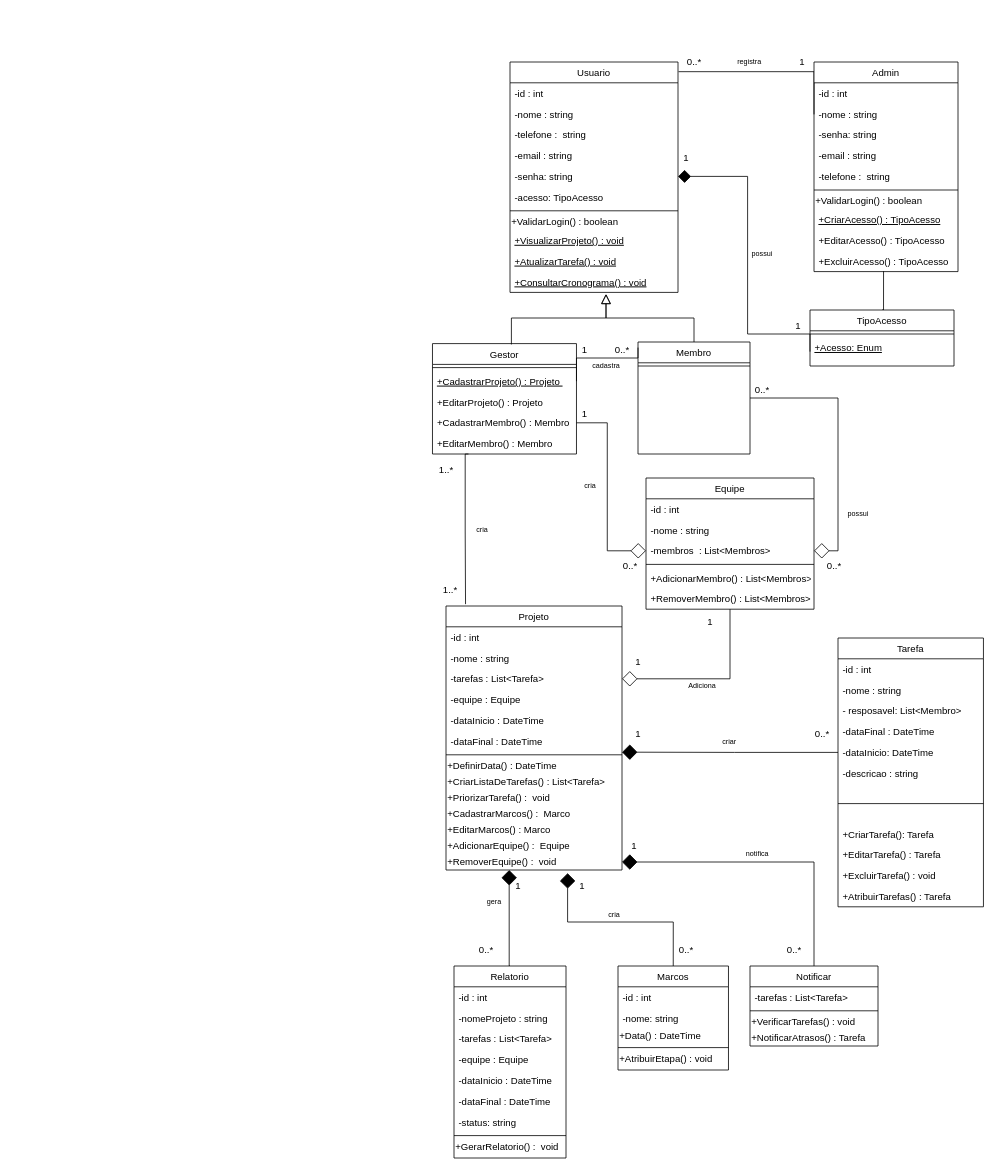
The draw.io diagram Diagrama de classes/Diagrama de classes Tcc.drawio in leoonn/Diagrama-de-classes, before the edit. Source tidied: cells renumbered, new cells numbered last; positions are measured from the earlier drawing's top-left corner, leaving out a move shared by most shapes. Both pictures are drawn from the tidied source at 80%, with x=0, y=0 at pixel (432, 54).
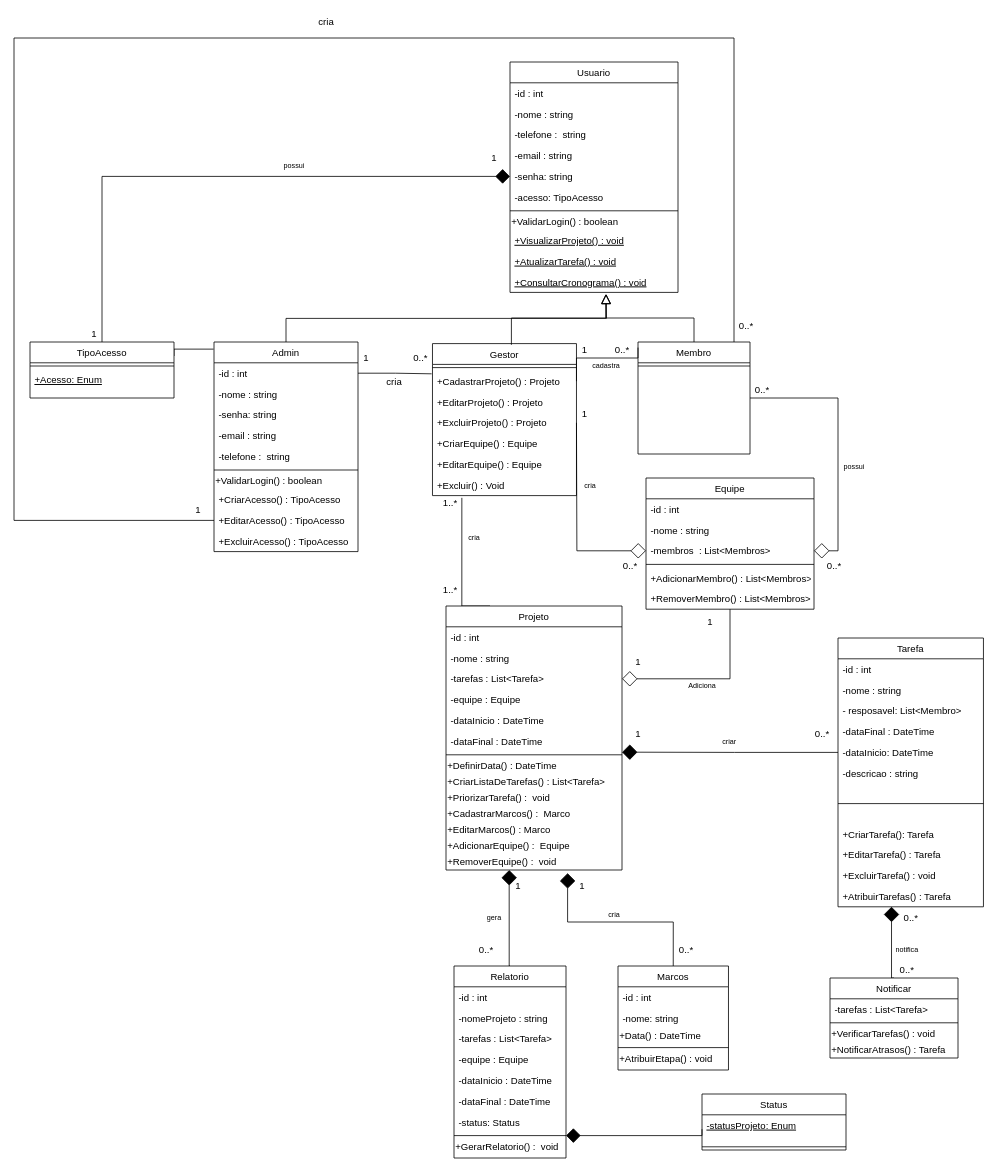
The same page after the edit.

Commit message (it also covers changes not shown here):
atualização do diagrama mde classe e o de caso de uso

Unchanged cells that the change refers to:
```xml
<mxCell id="2" value="Usuario" style="swimlane;fontStyle=0;align=center;verticalAlign=top;horizontal=1;startSize=26;rounded=0;shadow=0;strokeWidth=1;" parent="1" vertex="1">
  <mxGeometry x="97" y="10" width="210" height="288" as="geometry" />
</mxCell>
<mxCell id="7" value="-senha: string" style="text;align=left;verticalAlign=top;spacingLeft=4;spacingRight=4;overflow=hidden;points=[[0,0.5],[1,0.5]];portConstraint=eastwest;rounded=0;shadow=0;html=0;fontStyle=0;" parent="2" vertex="1">
  <mxGeometry y="130" width="210" height="26" as="geometry" />
</mxCell>
<mxCell id="26" value="Projeto" style="swimlane;fontStyle=0;align=center;verticalAlign=top;horizontal=1;startSize=26;rounded=0;shadow=0;strokeWidth=1;" parent="1" vertex="1">
  <mxGeometry x="17" y="690" width="220" height="330" as="geometry" />
</mxCell>
<mxCell id="41" value="+RemoverEquipe() :&amp;nbsp; void" style="text;html=1;align=left;verticalAlign=middle;points=[];strokeColor=none;fillColor=none;" parent="26" vertex="1">
  <mxGeometry y="310" width="220" height="20" as="geometry" />
</mxCell>
<mxCell id="53" value="+AtribuirTarefas() : Tarefa&#10;" style="text;align=left;verticalAlign=top;spacingLeft=4;spacingRight=4;overflow=hidden;points=[[0,0.5],[1,0.5]];portConstraint=eastwest;" parent="42" vertex="1">
  <mxGeometry y="310" width="181.8" height="26" as="geometry" />
</mxCell>
<mxCell id="58" value="-membros  : List&lt;Membros&gt;" style="text;align=left;verticalAlign=top;spacingLeft=4;spacingRight=4;overflow=hidden;points=[[0,0.5],[1,0.5]];portConstraint=eastwest;rounded=0;shadow=0;html=0;" parent="55" vertex="1">
  <mxGeometry y="78" width="210" height="26" as="geometry" />
</mxCell>
<mxCell id="63" value="Relatorio" style="swimlane;fontStyle=0;align=center;verticalAlign=top;horizontal=1;startSize=26;rounded=0;shadow=0;strokeWidth=1;" parent="1" vertex="1">
  <mxGeometry x="27" y="1140" width="140" height="240" as="geometry" />
</mxCell>
<mxCell id="97" value="-id : int" style="text;align=left;verticalAlign=top;spacingLeft=4;spacingRight=4;overflow=hidden;points=[[0,0.5],[1,0.5]];portConstraint=eastwest;rounded=0;shadow=0;html=0;" parent="96" vertex="1">
  <mxGeometry y="26" width="180" height="26" as="geometry" />
</mxCell>
<mxCell id="105" value="+EditarAcesso() : TipoAcesso" style="text;align=left;verticalAlign=top;spacingLeft=4;spacingRight=4;overflow=hidden;points=[[0,0.5],[1,0.5]];portConstraint=eastwest;" parent="96" vertex="1">
  <mxGeometry y="210" width="180" height="26" as="geometry" />
</mxCell>
<mxCell id="106" value="+ExcluirAcesso() : TipoAcesso" style="text;align=left;verticalAlign=top;spacingLeft=4;spacingRight=4;overflow=hidden;points=[[0,0.5],[1,0.5]];portConstraint=eastwest;" parent="96" vertex="1">
  <mxGeometry y="236" width="180" height="26" as="geometry" />
</mxCell>
<mxCell id="110" value="+Acesso: Enum" style="text;align=left;verticalAlign=top;spacingLeft=4;spacingRight=4;overflow=hidden;points=[[0,0.5],[1,0.5]];portConstraint=eastwest;fontStyle=4;" parent="108" vertex="1">
  <mxGeometry y="34" width="180" height="36" as="geometry" />
</mxCell>
```

Change to the diagram source:
```diff
@@
-    <mxCell id="14" style="edgeStyle=orthogonalEdgeStyle;rounded=0;jettySize=auto;html=1;exitX=0.25;exitY=1;exitDx=0;exitDy=0;entryX=0.111;entryY=-0.007;entryDx=0;entryDy=0;entryPerimeter=0;endArrow=none;endFill=0;endSize=17;" parent="1" edge="1" source="15" target="26">
-      <mxGeometry relative="1" as="geometry">
-        <Array as="points">
-          <mxPoint x="41" y="500" />
-          <mxPoint x="41" y="595" />
-        </Array>
-      </mxGeometry>
-    </mxCell>
     <mxCell id="15" value="Gestor" style="swimlane;fontStyle=0;align=center;verticalAlign=top;horizontal=1;startSize=26;rounded=0;shadow=0;strokeWidth=1;" parent="1" vertex="1">
-      <mxGeometry x="0.1" y="362" width="180" height="138" as="geometry" />
+      <mxGeometry x="0.1" y="362" width="180" height="190" as="geometry" />
     </mxCell>
@@
-    <mxCell id="17" value="+CadastrarProjeto() : Projeto " style="text;align=left;verticalAlign=top;spacingLeft=4;spacingRight=4;overflow=hidden;points=[[0,0.5],[1,0.5]];portConstraint=eastwest;fontStyle=4;" parent="15" vertex="1">
+    <mxCell id="17" value="+CadastrarProjeto() : Projeto " style="text;align=left;verticalAlign=top;spacingLeft=4;spacingRight=4;overflow=hidden;points=[[0,0.5],[1,0.5]];portConstraint=eastwest;fontStyle=0;" parent="15" vertex="1">
       <mxGeometry y="34" width="180" height="26" as="geometry" />
     </mxCell>
@@
-    <mxCell id="19" value="+CadastrarMembro() : Membro" style="text;align=left;verticalAlign=top;spacingLeft=4;spacingRight=4;overflow=hidden;points=[[0,0.5],[1,0.5]];portConstraint=eastwest;" parent="15" vertex="1">
-      <mxGeometry y="86" width="180" height="26" as="geometry" />
-    </mxCell>
-    <mxCell id="20" value="+EditarMembro() : Membro&#10;" style="text;align=left;verticalAlign=top;spacingLeft=4;spacingRight=4;overflow=hidden;" parent="15" vertex="1">
-      <mxGeometry y="112" width="180" height="26" as="geometry" />
-    </mxCell>
+    <mxCell id="142" value="+ExcluirProjeto() : Projeto &#10;" style="text;align=left;verticalAlign=top;spacingLeft=4;spacingRight=4;overflow=hidden;" parent="15" vertex="1">
+      <mxGeometry y="86" width="180" height="26" as="geometry" />
+    </mxCell>
+    <mxCell id="143" value="+CriarEquipe() : Equipe&#10;" style="text;align=left;verticalAlign=top;spacingLeft=4;spacingRight=4;overflow=hidden;" parent="15" vertex="1">
+      <mxGeometry y="112" width="180" height="26" as="geometry" />
+    </mxCell>
+    <mxCell id="144" value="+EditarEquipe() : Equipe&#10;" style="text;align=left;verticalAlign=top;spacingLeft=4;spacingRight=4;overflow=hidden;" parent="15" vertex="1">
+      <mxGeometry y="138" width="180" height="26" as="geometry" />
+    </mxCell>
+    <mxCell id="145" value="+Excluir() : Void&#10;" style="text;align=left;verticalAlign=top;spacingLeft=4;spacingRight=4;overflow=hidden;points=[[0,0.5],[1,0.5]];portConstraint=eastwest;" parent="15" vertex="1">
+      <mxGeometry y="164" width="180" height="26" as="geometry" />
+    </mxCell>
@@
+    <mxCell id="146" style="edgeStyle=orthogonalEdgeStyle;rounded=0;jettySize=auto;html=1;exitX=0.25;exitY=0;exitDx=0;exitDy=0;endArrow=none;endFill=0;endSize=16;entryX=0.204;entryY=1.106;entryDx=0;entryDy=0;entryPerimeter=0;" parent="1" edge="1" source="26" target="145">
+      <mxGeometry relative="1" as="geometry">
+        <Array as="points">
+          <mxPoint x="37" y="690" />
+        </Array>
+      </mxGeometry>
+    </mxCell>
@@
-    <mxCell id="70" value="-status: string" style="text;align=left;verticalAlign=top;spacingLeft=4;spacingRight=4;overflow=hidden;rounded=0;shadow=0;html=0;" parent="63" vertex="1">
+    <mxCell id="70" value="-status: Status" style="text;align=left;verticalAlign=top;spacingLeft=4;spacingRight=4;overflow=hidden;rounded=0;shadow=0;html=0;" parent="63" vertex="1">
       <mxGeometry y="182" width="140" height="26" as="geometry" />
     </mxCell>
@@
-    <mxCell id="93" style="edgeStyle=orthogonalEdgeStyle;rounded=0;jettySize=auto;html=1;exitX=1;exitY=0.5;exitDx=0;exitDy=0;entryX=0;entryY=0.5;entryDx=0;entryDy=0;endArrow=diamond;endFill=0;endSize=17;" parent="1" edge="1" source="19" target="58">
-      <mxGeometry relative="1" as="geometry" />
+    <mxCell id="93" style="edgeStyle=orthogonalEdgeStyle;rounded=0;jettySize=auto;html=1;exitX=1;exitY=0.5;exitDx=0;exitDy=0;entryX=0;entryY=0.5;entryDx=0;entryDy=0;endArrow=diamond;endFill=0;endSize=17;" parent="1" edge="1" target="58">
+      <mxGeometry relative="1" as="geometry">
+        <mxPoint x="180.1" y="461" as="sourcePoint" />
+      </mxGeometry>
     </mxCell>
@@
-    <mxCell id="95" style="edgeStyle=orthogonalEdgeStyle;rounded=0;jettySize=auto;html=1;exitX=0;exitY=0.25;exitDx=0;exitDy=0;entryX=1.003;entryY=0.042;entryDx=0;entryDy=0;entryPerimeter=0;endArrow=none;endFill=0;endSize=10;" parent="1" edge="1" source="96" target="2">
-      <mxGeometry relative="1" as="geometry">
-        <Array as="points">
-          <mxPoint x="477" y="22" />
-        </Array>
-      </mxGeometry>
-    </mxCell>
+    <mxCell id="147" style="edgeStyle=orthogonalEdgeStyle;rounded=0;jettySize=auto;html=1;exitX=0.5;exitY=0;exitDx=0;exitDy=0;endArrow=block;endFill=0;endSize=10;" parent="1" edge="1" source="96">
+      <mxGeometry relative="1" as="geometry">
+        <mxPoint x="217" y="300" as="targetPoint" />
+      </mxGeometry>
+    </mxCell>
     <mxCell id="96" value="Admin" style="swimlane;fontStyle=0;align=center;verticalAlign=top;horizontal=1;startSize=26;rounded=0;shadow=0;strokeWidth=1;" parent="1" vertex="1">
-      <mxGeometry x="477" y="10" width="180" height="262" as="geometry" />
+      <mxGeometry x="-273" y="360" width="180" height="262" as="geometry" />
     </mxCell>
@@
-    <mxCell id="104" value="+CriarAcesso() : TipoAcesso" style="text;align=left;verticalAlign=top;spacingLeft=4;spacingRight=4;overflow=hidden;fontStyle=4;" parent="96" vertex="1">
+    <mxCell id="104" value="+CriarAcesso() : TipoAcesso" style="text;align=left;verticalAlign=top;spacingLeft=4;spacingRight=4;overflow=hidden;fontStyle=0;" parent="96" vertex="1">
       <mxGeometry y="184" width="180" height="26" as="geometry" />
     </mxCell>
@@
-    <mxCell id="107" style="edgeStyle=orthogonalEdgeStyle;rounded=0;jettySize=auto;html=1;exitX=0.5;exitY=0;exitDx=0;exitDy=0;entryX=0.483;entryY=0.979;entryDx=0;entryDy=0;entryPerimeter=0;endArrow=none;endFill=0;endSize=14;" parent="1" edge="1" source="108" target="106">
-      <mxGeometry relative="1" as="geometry">
-        <Array as="points">
-          <mxPoint x="564" y="320" />
-        </Array>
-      </mxGeometry>
-    </mxCell>
+    <mxCell id="148" style="edgeStyle=orthogonalEdgeStyle;rounded=0;jettySize=auto;html=1;exitX=0.5;exitY=0;exitDx=0;exitDy=0;entryX=0;entryY=0.5;entryDx=0;entryDy=0;endArrow=diamond;endFill=1;endSize=16;" parent="1" edge="1" source="108" target="7">
+      <mxGeometry relative="1" as="geometry" />
+    </mxCell>
+    <mxCell id="149" style="edgeStyle=orthogonalEdgeStyle;rounded=0;jettySize=auto;html=1;exitX=1;exitY=0.25;exitDx=0;exitDy=0;entryX=-0.003;entryY=0.034;entryDx=0;entryDy=0;entryPerimeter=0;endArrow=none;endFill=0;endSize=16;" parent="1" edge="1" source="108" target="96">
+      <mxGeometry relative="1" as="geometry">
+        <Array as="points">
+          <mxPoint x="-323" y="369" />
+        </Array>
+      </mxGeometry>
+    </mxCell>
     <mxCell id="108" value="TipoAcesso" style="swimlane;fontStyle=0;align=center;verticalAlign=top;horizontal=1;startSize=26;rounded=0;shadow=0;strokeWidth=1;" parent="1" vertex="1">
-      <mxGeometry x="472" y="320" width="180" height="70" as="geometry" />
+      <mxGeometry x="-503" y="360" width="180" height="70" as="geometry" />
     </mxCell>
@@
     <mxCell id="113" value="1..*" style="text;html=1;align=center;verticalAlign=middle;strokeColor=none;fillColor=none;" parent="1" vertex="1">
-      <mxGeometry x="2" y="510" width="30" height="20" as="geometry" />
+      <mxGeometry x="7" y="552" width="30" height="20" as="geometry" />
     </mxCell>
-    <mxCell id="114" value="1" style="text;html=1;align=center;verticalAlign=middle;strokeColor=none;fillColor=none;" parent="1" vertex="1">
-      <mxGeometry x="452" width="20" height="20" as="geometry" />
-    </mxCell>
-    <mxCell id="115" value="0..*" style="text;html=1;align=center;verticalAlign=middle;strokeColor=none;fillColor=none;" parent="1" vertex="1">
-      <mxGeometry x="312" width="30" height="20" as="geometry" />
-    </mxCell>
@@
-    <mxCell id="119" style="edgeStyle=orthogonalEdgeStyle;rounded=0;jettySize=auto;html=1;exitX=0;exitY=0.5;exitDx=0;exitDy=0;entryX=1;entryY=0.5;entryDx=0;entryDy=0;endArrow=diamond;endFill=1;endSize=14;" parent="1" edge="1" source="110" target="7">
-      <mxGeometry relative="1" as="geometry">
-        <Array as="points">
-          <mxPoint x="472" y="350" />
-          <mxPoint x="394" y="350" />
-          <mxPoint x="394" y="153" />
-        </Array>
-      </mxGeometry>
-    </mxCell>
     <mxCell id="120" value="1" style="text;html=1;align=center;verticalAlign=middle;strokeColor=none;fillColor=none;" parent="1" vertex="1">
-      <mxGeometry x="307" y="120" width="20" height="20" as="geometry" />
+      <mxGeometry x="67" y="120" width="20" height="20" as="geometry" />
     </mxCell>
     <mxCell id="121" value="1" style="text;html=1;align=center;verticalAlign=middle;strokeColor=none;fillColor=none;" parent="1" vertex="1">
-      <mxGeometry x="447" y="330" width="20" height="20" as="geometry" />
+      <mxGeometry x="-433" y="340" width="20" height="20" as="geometry" />
     </mxCell>
     <mxCell id="122" value="possui" style="text;html=1;align=center;verticalAlign=middle;strokeColor=none;fillColor=none;fontSize=9;" parent="1" vertex="1">
-      <mxGeometry x="392" y="240" width="40" height="20" as="geometry" />
+      <mxGeometry x="-193" y="130" width="40" height="20" as="geometry" />
     </mxCell>
     <mxCell id="123" value="possui" style="text;html=1;align=center;verticalAlign=middle;strokeColor=none;fillColor=none;fontSize=9;" parent="1" vertex="1">
-      <mxGeometry x="512" y="564.5" width="40" height="20" as="geometry" />
+      <mxGeometry x="507" y="506" width="40" height="20" as="geometry" />
     </mxCell>
     <mxCell id="124" value="cria" style="text;html=1;align=center;verticalAlign=middle;strokeColor=none;fillColor=none;fontSize=9;" parent="1" vertex="1">
-      <mxGeometry x="47" y="584.5" width="30" height="20" as="geometry" />
+      <mxGeometry x="37" y="595" width="30" height="20" as="geometry" />
     </mxCell>
@@
     <mxCell id="127" value="gera&lt;br&gt;" style="text;html=1;align=center;verticalAlign=middle;strokeColor=none;fillColor=none;fontSize=9;" parent="1" vertex="1">
-      <mxGeometry x="62" y="1050" width="30" height="20" as="geometry" />
+      <mxGeometry x="62" y="1070" width="30" height="20" as="geometry" />
     </mxCell>
@@
-    <mxCell id="131" value="registra" style="text;html=1;align=center;verticalAlign=middle;strokeColor=none;fillColor=none;fontSize=9;" parent="1" vertex="1">
-      <mxGeometry x="370.5" width="50" height="20" as="geometry" />
-    </mxCell>
-    <mxCell id="132" style="edgeStyle=orthogonalEdgeStyle;rounded=0;jettySize=auto;html=1;exitX=0.5;exitY=0;exitDx=0;exitDy=0;entryX=1;entryY=0.5;entryDx=0;entryDy=0;entryPerimeter=0;endArrow=diamond;endFill=1;endSize=17;" parent="1" edge="1" source="133" target="41">
-      <mxGeometry relative="1" as="geometry" />
+    <mxCell id="132" style="edgeStyle=orthogonalEdgeStyle;rounded=0;jettySize=auto;html=1;exitX=0.5;exitY=0;exitDx=0;exitDy=0;entryX=0.368;entryY=0.996;entryDx=0;entryDy=0;entryPerimeter=0;endArrow=diamond;endFill=1;endSize=17;" parent="1" edge="1" source="133" target="53">
+      <mxGeometry relative="1" as="geometry">
+        <Array as="points">
+          <mxPoint x="574" y="1155" />
+        </Array>
+      </mxGeometry>
     </mxCell>
     <mxCell id="133" value="Notificar" style="swimlane;fontStyle=0;align=center;verticalAlign=top;horizontal=1;startSize=26;rounded=0;shadow=0;strokeWidth=1;" parent="1" vertex="1">
-      <mxGeometry x="397" y="1140" width="160" height="100" as="geometry" />
+      <mxGeometry x="497" y="1155" width="160" height="100" as="geometry" />
     </mxCell>
@@
     <mxCell id="139" value="notifica" style="text;html=1;align=center;verticalAlign=middle;strokeColor=none;fillColor=none;fontSize=9;" parent="1" vertex="1">
-      <mxGeometry x="385.5" y="990" width="40" height="20" as="geometry" />
+      <mxGeometry x="572.9" y="1110" width="40" height="20" as="geometry" />
     </mxCell>
     <mxCell id="140" value="0..*" style="text;html=1;align=center;verticalAlign=middle;strokeColor=none;fillColor=none;" parent="1" vertex="1">
-      <mxGeometry x="437" y="1110" width="30" height="20" as="geometry" />
+      <mxGeometry x="577.9" y="1135" width="30" height="20" as="geometry" />
     </mxCell>
-    <mxCell id="141" value="1" style="text;html=1;align=center;verticalAlign=middle;strokeColor=none;fillColor=none;" parent="1" vertex="1">
-      <mxGeometry x="242" y="980" width="20" height="20" as="geometry" />
+    <mxCell id="141" value="0..*" style="text;html=1;align=center;verticalAlign=middle;strokeColor=none;fillColor=none;" parent="1" vertex="1">
+      <mxGeometry x="582.9" y="1070" width="30" height="20" as="geometry" />
     </mxCell>
+    <mxCell id="150" value="1" style="text;html=1;align=center;verticalAlign=middle;strokeColor=none;fillColor=none;" parent="1" vertex="1">
+      <mxGeometry x="-93" y="370" width="20" height="20" as="geometry" />
+    </mxCell>
+    <mxCell id="151" value="0..*" style="text;html=1;align=center;verticalAlign=middle;strokeColor=none;fillColor=none;" parent="1" vertex="1">
+      <mxGeometry x="-29.9" y="370" width="30" height="20" as="geometry" />
+    </mxCell>
+    <mxCell id="152" style="edgeStyle=orthogonalEdgeStyle;rounded=0;jettySize=auto;html=1;exitX=0;exitY=0.5;exitDx=0;exitDy=0;endArrow=none;endFill=0;endSize=16;" parent="1" edge="1" source="105">
+      <mxGeometry relative="1" as="geometry">
+        <mxPoint x="377" y="360" as="targetPoint" />
+        <Array as="points">
+          <mxPoint x="-523" y="583" />
+          <mxPoint x="-523" y="-20" />
+          <mxPoint x="377" y="-20" />
+        </Array>
+      </mxGeometry>
+    </mxCell>
+    <mxCell id="153" style="edgeStyle=orthogonalEdgeStyle;rounded=0;jettySize=auto;html=1;exitX=1;exitY=0.5;exitDx=0;exitDy=0;entryX=-0.006;entryY=0.145;entryDx=0;entryDy=0;entryPerimeter=0;endArrow=none;endFill=0;endSize=16;" parent="1" edge="1" source="97" target="17">
+      <mxGeometry relative="1" as="geometry" />
+    </mxCell>
+    <mxCell id="154" value="cria&lt;br&gt;" style="text;html=1;align=center;verticalAlign=middle;strokeColor=none;fillColor=none;" parent="1" vertex="1">
+      <mxGeometry x="-63" y="400" width="30" height="20" as="geometry" />
+    </mxCell>
+    <mxCell id="155" value="1" style="text;html=1;align=center;verticalAlign=middle;strokeColor=none;fillColor=none;" parent="1" vertex="1">
+      <mxGeometry x="-303" y="560" width="20" height="20" as="geometry" />
+    </mxCell>
+    <mxCell id="156" value="0..*" style="text;html=1;align=center;verticalAlign=middle;strokeColor=none;fillColor=none;" parent="1" vertex="1">
+      <mxGeometry x="377" y="330" width="30" height="20" as="geometry" />
+    </mxCell>
+    <mxCell id="157" value="cria" style="text;html=1;align=center;verticalAlign=middle;strokeColor=none;fillColor=none;" parent="1" vertex="1">
+      <mxGeometry x="-148" y="-50" width="30" height="20" as="geometry" />
+    </mxCell>
+    <mxCell id="158" value="Status" style="swimlane;fontStyle=0;align=center;verticalAlign=top;horizontal=1;startSize=26;rounded=0;shadow=0;strokeWidth=1;" parent="1" vertex="1">
+      <mxGeometry x="337" y="1300" width="180" height="70" as="geometry" />
+    </mxCell>
+    <mxCell id="159" value="-statusProjeto: Enum" style="text;align=left;verticalAlign=top;spacingLeft=4;spacingRight=4;overflow=hidden;points=[[0,0.5],[1,0.5]];portConstraint=eastwest;fontStyle=4;" parent="158" vertex="1">
+      <mxGeometry y="26" width="180" height="36" as="geometry" />
+    </mxCell>
+    <mxCell id="160" style="line;html=1;strokeWidth=1;align=left;verticalAlign=middle;spacingTop=-1;spacingLeft=3;spacingRight=3;labelPosition=right;" parent="158" vertex="1">
+      <mxGeometry y="62" width="180" height="8" as="geometry" />
+    </mxCell>
+    <mxCell id="161" style="edgeStyle=orthogonalEdgeStyle;rounded=0;jettySize=auto;html=1;exitX=0;exitY=0.5;exitDx=0;exitDy=0;endArrow=diamond;endFill=1;endSize=16;" parent="1" edge="1" source="159">
+      <mxGeometry relative="1" as="geometry">
+        <mxPoint x="167" y="1352" as="targetPoint" />
+        <Array as="points">
+          <mxPoint x="337" y="1352" />
+        </Array>
+      </mxGeometry>
+    </mxCell>
```
